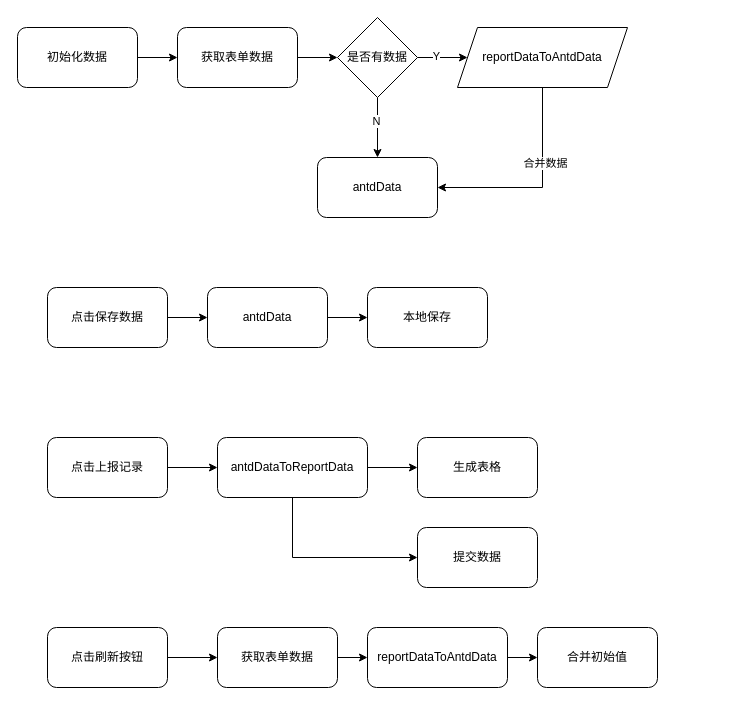
This is locnavi/未命名绘图.drawio from Layouwen/drawio-bucket, a draw.io file, before an edit. Source tidied: cells renumbered, new cells numbered last; positions are measured from the earlier drawing's top-left corner, leaving out a move shared by most shapes. Both pictures are drawn from the tidied source at 100%, with x=0, y=0 at pixel (17, 17).
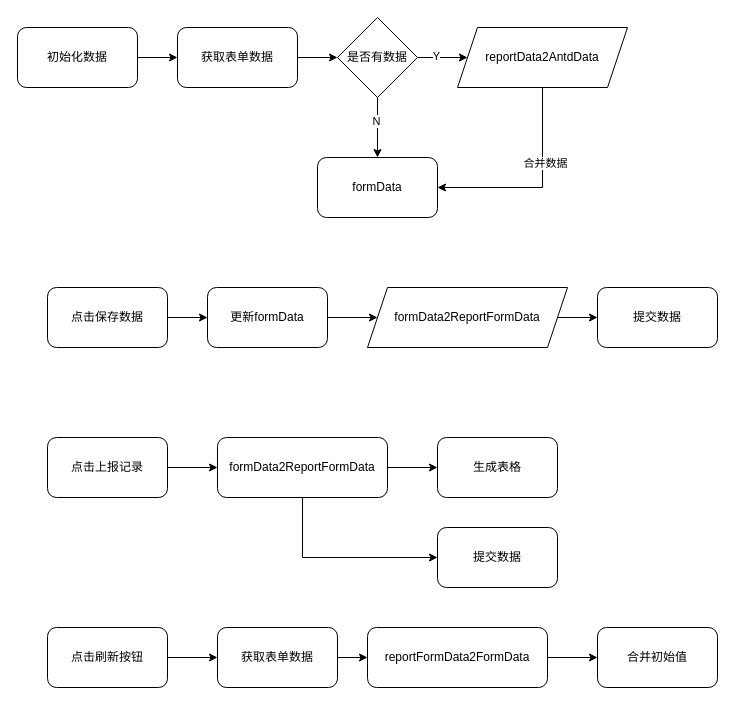
After the change.

Commit message:
重新整理流程

Change to the diagram source:
```diff
@@
-    <mxCell id="6" value="antdDataToReportData" style="rounded=1;whiteSpace=wrap;html=1;" parent="1" vertex="1">
-      <mxGeometry x="200" y="420" width="150" height="60" as="geometry" />
+    <mxCell id="6" value="formData2ReportFormData" style="rounded=1;whiteSpace=wrap;html=1;" parent="1" vertex="1">
+      <mxGeometry x="200" y="420" width="170" height="60" as="geometry" />
     </mxCell>
     <mxCell id="7" value="生成表格" style="rounded=1;whiteSpace=wrap;html=1;" parent="1" vertex="1">
-      <mxGeometry x="400" y="420" width="120" height="60" as="geometry" />
+      <mxGeometry x="420" y="420" width="120" height="60" as="geometry" />
     </mxCell>
-    <mxCell id="8" value="antdData" style="rounded=1;whiteSpace=wrap;html=1;" parent="1" vertex="1">
+    <mxCell id="8" value="formData" style="rounded=1;whiteSpace=wrap;html=1;" parent="1" vertex="1">
       <mxGeometry x="300" y="140" width="120" height="60" as="geometry" />
     </mxCell>
     <mxCell id="9" value="提交数据" style="rounded=1;whiteSpace=wrap;html=1;" parent="1" vertex="1">
-      <mxGeometry x="400" y="510" width="120" height="60" as="geometry" />
+      <mxGeometry x="420" y="510" width="120" height="60" as="geometry" />
     </mxCell>
@@
-    <mxCell id="15" value="reportDataToAntdData" style="rounded=1;whiteSpace=wrap;html=1;" parent="1" vertex="1">
-      <mxGeometry x="350" y="610" width="140" height="60" as="geometry" />
+    <mxCell id="15" value="reportFormData2FormData" style="rounded=1;whiteSpace=wrap;html=1;" parent="1" vertex="1">
+      <mxGeometry x="350" y="610" width="180" height="60" as="geometry" />
     </mxCell>
     <mxCell id="16" value="合并初始值" style="rounded=1;whiteSpace=wrap;html=1;" parent="1" vertex="1">
-      <mxGeometry x="520" y="610" width="120" height="60" as="geometry" />
+      <mxGeometry x="580" y="610" width="120" height="60" as="geometry" />
     </mxCell>
@@
-    <mxCell id="26" value="reportDataToAntdData" style="shape=parallelogram;perimeter=parallelogramPerimeter;whiteSpace=wrap;html=1;fixedSize=1;" parent="1" vertex="1">
+    <mxCell id="26" value="reportData2AntdData" style="shape=parallelogram;perimeter=parallelogramPerimeter;whiteSpace=wrap;html=1;fixedSize=1;" parent="1" vertex="1">
       <mxGeometry x="440" y="10" width="170" height="60" as="geometry" />
     </mxCell>
@@
-    <mxCell id="31" style="edgeStyle=orthogonalEdgeStyle;rounded=0;jettySize=auto;html=1;exitX=1;exitY=0.5;exitDx=0;exitDy=0;entryX=0;entryY=0.5;entryDx=0;entryDy=0;" parent="1" edge="1" source="32" target="33">
-      <mxGeometry relative="1" as="geometry" />
-    </mxCell>
+    <mxCell id="34" style="edgeStyle=orthogonalEdgeStyle;rounded=0;jettySize=auto;html=1;exitX=1;exitY=0.5;exitDx=0;exitDy=0;" parent="1" edge="1" source="32" target="36">
+      <mxGeometry relative="1" as="geometry" />
+    </mxCell>
-    <mxCell id="32" value="antdData" style="rounded=1;whiteSpace=wrap;html=1;" parent="1" vertex="1">
+    <mxCell id="32" value="更新formData" style="rounded=1;whiteSpace=wrap;html=1;" parent="1" vertex="1">
       <mxGeometry x="190" y="270" width="120" height="60" as="geometry" />
     </mxCell>
-    <mxCell id="33" value="本地保存" style="rounded=1;whiteSpace=wrap;html=1;" parent="1" vertex="1">
-      <mxGeometry x="350" y="270" width="120" height="60" as="geometry" />
-    </mxCell>
+    <mxCell id="35" style="edgeStyle=orthogonalEdgeStyle;rounded=0;jettySize=auto;html=1;exitX=1;exitY=0.5;exitDx=0;exitDy=0;entryX=0;entryY=0.5;entryDx=0;entryDy=0;" parent="1" edge="1" source="36" target="37">
+      <mxGeometry relative="1" as="geometry" />
+    </mxCell>
+    <mxCell id="36" value="formData2ReportFormData" style="shape=parallelogram;perimeter=parallelogramPerimeter;whiteSpace=wrap;html=1;fixedSize=1;" parent="1" vertex="1">
+      <mxGeometry x="350" y="270" width="200" height="60" as="geometry" />
+    </mxCell>
+    <mxCell id="37" value="提交数据" style="rounded=1;whiteSpace=wrap;html=1;" parent="1" vertex="1">
+      <mxGeometry x="580" y="270" width="120" height="60" as="geometry" />
+    </mxCell>
```
